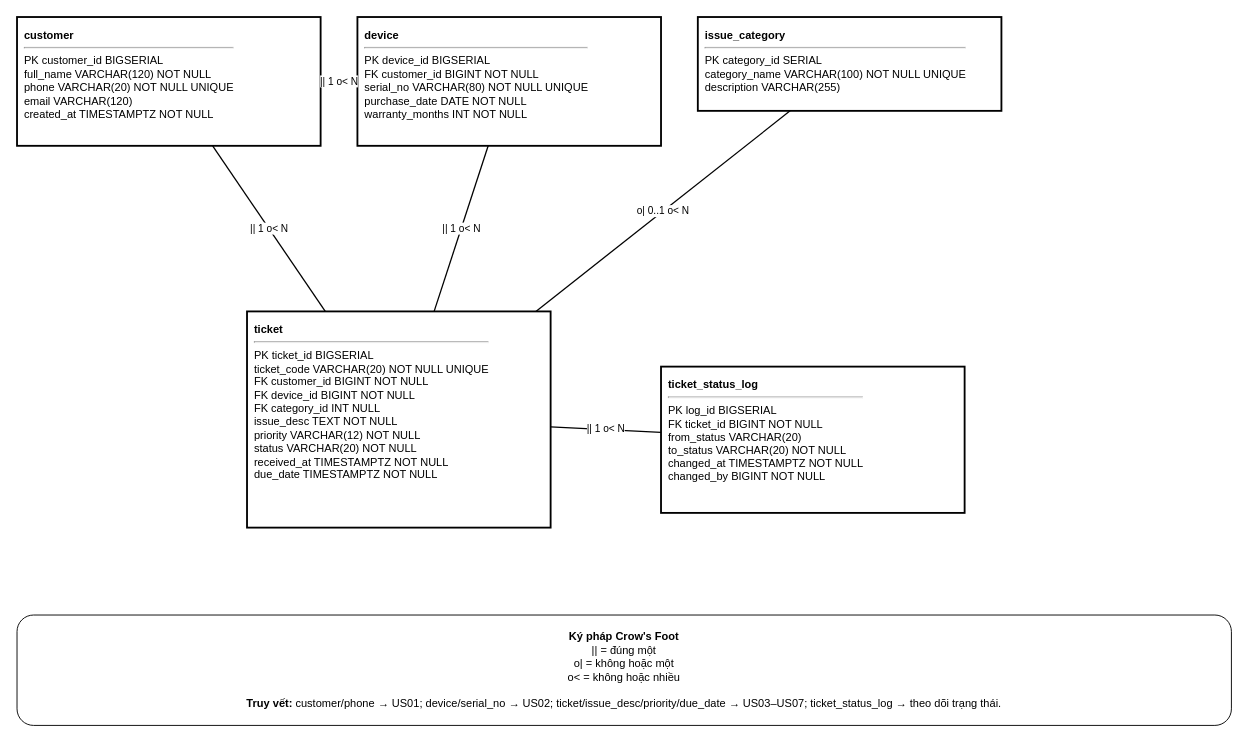
The draw.io diagram docs/erd.drawio in NguyenGiaHuy1608/cdtn1-nguyengiahuy-l2, before the edit. Source tidied: cells renumbered, new cells numbered last; positions are measured from the earlier drawing's top-left corner, leaving out a move shared by most shapes. Both pictures are drawn from the tidied source at 92%, with x=0, y=0 at pixel (17, 17).
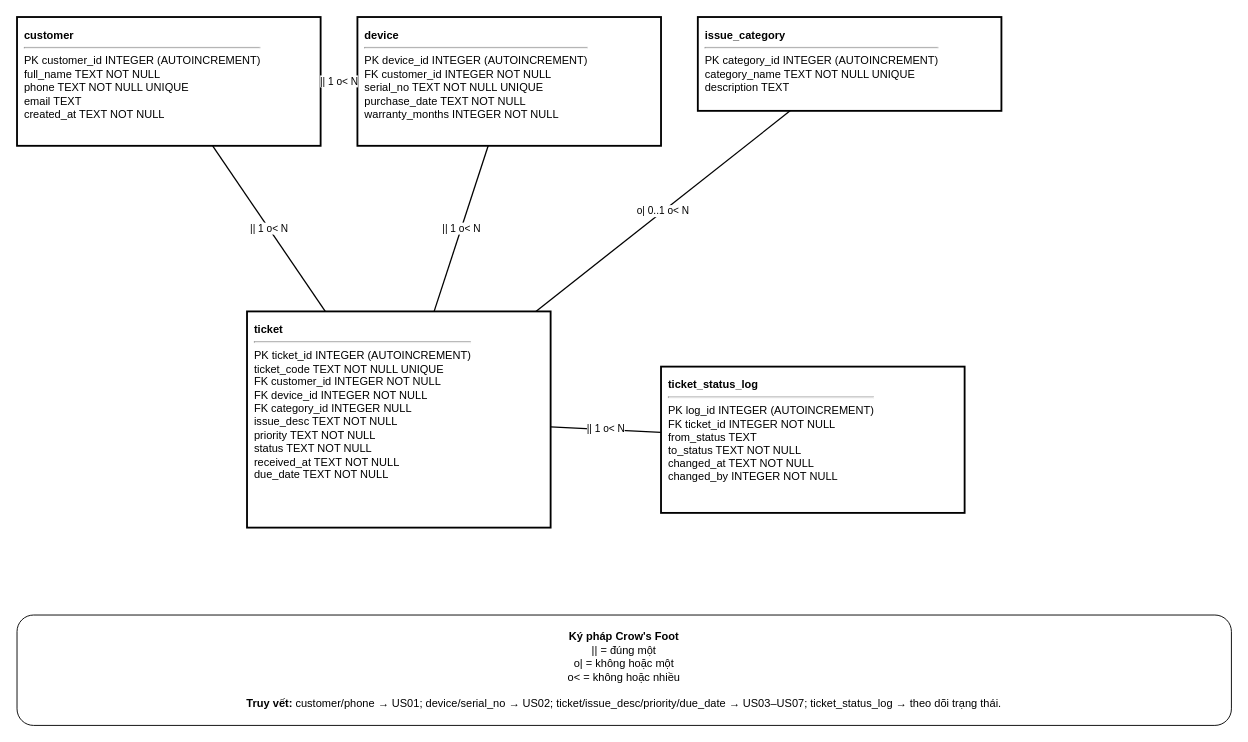
The same diagram, later.

Diff of the diagram source:
```diff
@@
 <mxGraphModel>
   <root>
     <mxCell id="0" />
     <mxCell id="1" parent="0" />
-    <mxCell id="2" value="&lt;b&gt;customer&lt;/b&gt;&lt;hr/&gt;PK customer_id BIGSERIAL&lt;br/&gt;full_name VARCHAR(120) NOT NULL&lt;br/&gt;phone VARCHAR(20) NOT NULL UNIQUE&lt;br/&gt;email VARCHAR(120)&lt;br/&gt;created_at TIMESTAMPTZ NOT NULL" style="rounded=0;whiteSpace=wrap;html=1;align=left;verticalAlign=top;spacing=8;strokeWidth=2;" parent="1" vertex="1">
+    <mxCell id="2" value="&lt;b&gt;customer&lt;/b&gt;&lt;hr/&gt;PK customer_id INTEGER (AUTOINCREMENT)&lt;br/&gt;full_name TEXT NOT NULL&lt;br/&gt;phone TEXT NOT NULL UNIQUE&lt;br/&gt;email TEXT&lt;br/&gt;created_at TEXT NOT NULL" style="rounded=0;whiteSpace=wrap;html=1;align=left;verticalAlign=top;spacing=8;strokeWidth=2;" parent="1" vertex="1">
       <mxGeometry width="330" height="140" as="geometry" />
     </mxCell>
-    <mxCell id="3" value="&lt;b&gt;device&lt;/b&gt;&lt;hr/&gt;PK device_id BIGSERIAL&lt;br/&gt;FK customer_id BIGINT NOT NULL&lt;br/&gt;serial_no VARCHAR(80) NOT NULL UNIQUE&lt;br/&gt;purchase_date DATE NOT NULL&lt;br/&gt;warranty_months INT NOT NULL" style="rounded=0;whiteSpace=wrap;html=1;align=left;verticalAlign=top;spacing=8;strokeWidth=2;" parent="1" vertex="1">
+    <mxCell id="3" value="&lt;b&gt;device&lt;/b&gt;&lt;hr/&gt;PK device_id INTEGER (AUTOINCREMENT)&lt;br/&gt;FK customer_id INTEGER NOT NULL&lt;br/&gt;serial_no TEXT NOT NULL UNIQUE&lt;br/&gt;purchase_date TEXT NOT NULL&lt;br/&gt;warranty_months INTEGER NOT NULL" style="rounded=0;whiteSpace=wrap;html=1;align=left;verticalAlign=top;spacing=8;strokeWidth=2;" parent="1" vertex="1">
       <mxGeometry x="370" width="330" height="140" as="geometry" />
     </mxCell>
-    <mxCell id="4" value="&lt;b&gt;issue_category&lt;/b&gt;&lt;hr/&gt;PK category_id SERIAL&lt;br/&gt;category_name VARCHAR(100) NOT NULL UNIQUE&lt;br/&gt;description VARCHAR(255)" style="rounded=0;whiteSpace=wrap;html=1;align=left;verticalAlign=top;spacing=8;strokeWidth=2;" parent="1" vertex="1">
+    <mxCell id="4" value="&lt;b&gt;issue_category&lt;/b&gt;&lt;hr/&gt;PK category_id INTEGER (AUTOINCREMENT)&lt;br/&gt;category_name TEXT NOT NULL UNIQUE&lt;br/&gt;description TEXT" style="rounded=0;whiteSpace=wrap;html=1;align=left;verticalAlign=top;spacing=8;strokeWidth=2;" parent="1" vertex="1">
       <mxGeometry x="740" width="330" height="102" as="geometry" />
     </mxCell>
-    <mxCell id="5" value="&lt;b&gt;ticket&lt;/b&gt;&lt;hr/&gt;PK ticket_id BIGSERIAL&lt;br/&gt;ticket_code VARCHAR(20) NOT NULL UNIQUE&lt;br/&gt;FK customer_id BIGINT NOT NULL&lt;br/&gt;FK device_id BIGINT NOT NULL&lt;br/&gt;FK category_id INT NULL&lt;br/&gt;issue_desc TEXT NOT NULL&lt;br/&gt;priority VARCHAR(12) NOT NULL&lt;br/&gt;status VARCHAR(20) NOT NULL&lt;br/&gt;received_at TIMESTAMPTZ NOT NULL&lt;br/&gt;due_date TIMESTAMPTZ NOT NULL" style="rounded=0;whiteSpace=wrap;html=1;align=left;verticalAlign=top;spacing=8;strokeWidth=2;" parent="1" vertex="1">
+    <mxCell id="5" value="&lt;b&gt;ticket&lt;/b&gt;&lt;hr/&gt;PK ticket_id INTEGER (AUTOINCREMENT)&lt;br/&gt;ticket_code TEXT NOT NULL UNIQUE&lt;br/&gt;FK customer_id INTEGER NOT NULL&lt;br/&gt;FK device_id INTEGER NOT NULL&lt;br/&gt;FK category_id INTEGER NULL&lt;br/&gt;issue_desc TEXT NOT NULL&lt;br/&gt;priority TEXT NOT NULL&lt;br/&gt;status TEXT NOT NULL&lt;br/&gt;received_at TEXT NOT NULL&lt;br/&gt;due_date TEXT NOT NULL" style="rounded=0;whiteSpace=wrap;html=1;align=left;verticalAlign=top;spacing=8;strokeWidth=2;" parent="1" vertex="1">
       <mxGeometry x="250" y="320" width="330" height="235" as="geometry" />
     </mxCell>
-    <mxCell id="6" value="&lt;b&gt;ticket_status_log&lt;/b&gt;&lt;hr/&gt;PK log_id BIGSERIAL&lt;br/&gt;FK ticket_id BIGINT NOT NULL&lt;br/&gt;from_status VARCHAR(20)&lt;br/&gt;to_status VARCHAR(20) NOT NULL&lt;br/&gt;changed_at TIMESTAMPTZ NOT NULL&lt;br/&gt;changed_by BIGINT NOT NULL" style="rounded=0;whiteSpace=wrap;html=1;align=left;verticalAlign=top;spacing=8;strokeWidth=2;" parent="1" vertex="1">
+    <mxCell id="6" value="&lt;b&gt;ticket_status_log&lt;/b&gt;&lt;hr/&gt;PK log_id INTEGER (AUTOINCREMENT)&lt;br/&gt;FK ticket_id INTEGER NOT NULL&lt;br/&gt;from_status TEXT&lt;br/&gt;to_status TEXT NOT NULL&lt;br/&gt;changed_at TEXT NOT NULL&lt;br/&gt;changed_by INTEGER NOT NULL" style="rounded=0;whiteSpace=wrap;html=1;align=left;verticalAlign=top;spacing=8;strokeWidth=2;" parent="1" vertex="1">
       <mxGeometry x="700" y="380" width="330" height="159" as="geometry" />
     </mxCell>
     <mxCell id="7" value="|| 1                 o&lt; N" style="endArrow=none;html=1;strokeWidth=1.4;" parent="1" edge="1" source="2" target="3">
       <mxGeometry relative="1" as="geometry" />
     </mxCell>
     <mxCell id="8" value="|| 1                 o&lt; N" style="endArrow=none;html=1;strokeWidth=1.4;" parent="1" edge="1" source="2" target="5">
       <mxGeometry relative="1" as="geometry" />
     </mxCell>
     <mxCell id="9" value="|| 1                 o&lt; N" style="endArrow=none;html=1;strokeWidth=1.4;" parent="1" edge="1" source="3" target="5">
       <mxGeometry relative="1" as="geometry" />
     </mxCell>
     <mxCell id="10" value="o| 0..1                 o&lt; N" style="endArrow=none;html=1;strokeWidth=1.4;" parent="1" edge="1" source="4" target="5">
       <mxGeometry relative="1" as="geometry" />
     </mxCell>
     <mxCell id="11" value="|| 1                 o&lt; N" style="endArrow=none;html=1;strokeWidth=1.4;" parent="1" edge="1" source="5" target="6">
       <mxGeometry relative="1" as="geometry" />
     </mxCell>
     <mxCell id="12" value="&lt;b&gt;Ký pháp Crow's Foot&lt;/b&gt;&lt;br/&gt;|| = đúng một&lt;br/&gt;o| = không hoặc một&lt;br/&gt;o&lt; = không hoặc nhiều&lt;br/&gt;&lt;br/&gt;&lt;b&gt;Truy vết:&lt;/b&gt; customer/phone → US01; device/serial_no → US02; ticket/issue_desc/priority/due_date → US03–US07; ticket_status_log → theo dõi trạng thái." style="rounded=1;whiteSpace=wrap;html=1;" parent="1" vertex="1">
       <mxGeometry y="650" width="1320" height="120" as="geometry" />
     </mxCell>
   </root>
 </mxGraphModel>
```
